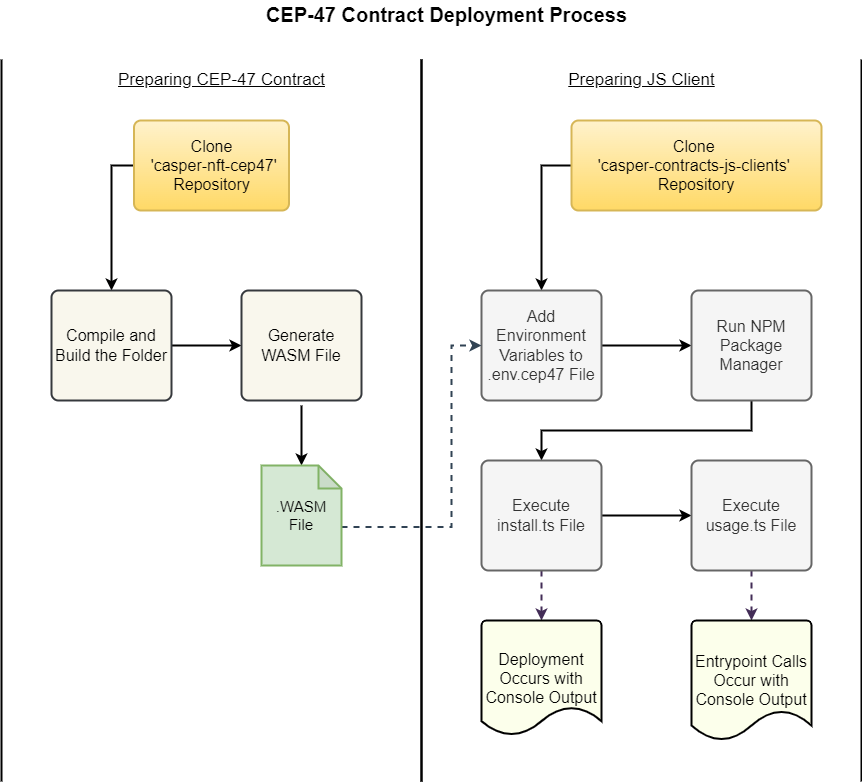
Earlier version of the draw.io export static/image/tutorials/cep-47/CEP-47-deploy-flow.png (casper-network/docs). Source tidied: cells renumbered, new cells last; positions are measured from the earlier drawing's top-left corner, leaving out a move shared by most shapes.
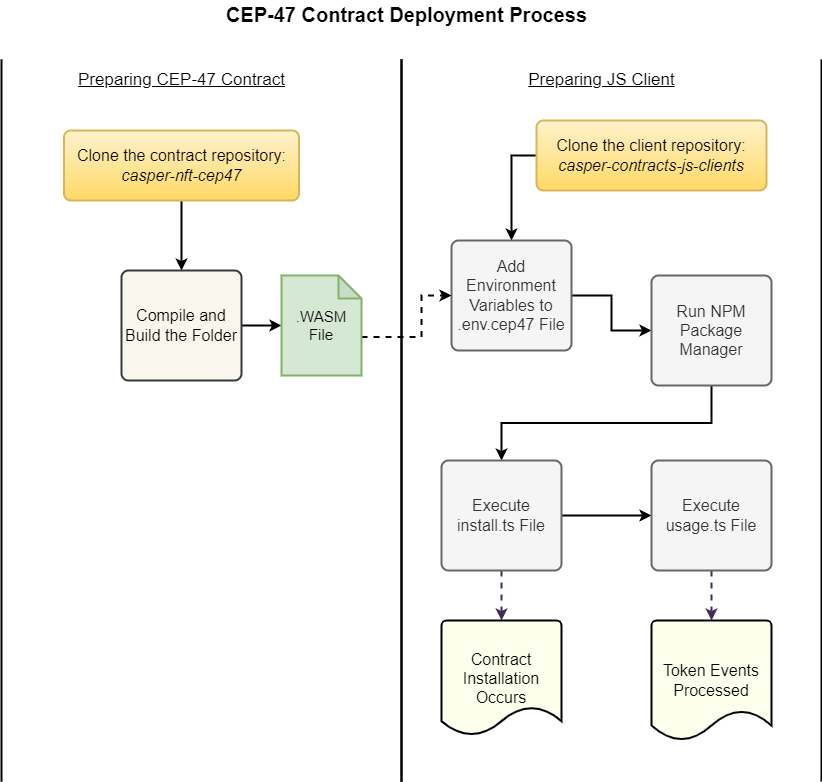
The same diagram one commit later.

What changed in the source:
```diff
@@ -2,31 +2,26 @@
   <root>
     <mxCell id="0" />
     <mxCell id="1" parent="0" />
-    <mxCell id="2" style="edgeStyle=orthogonalEdgeStyle;rounded=0;jettySize=auto;html=1;entryX=0.5;entryY=0;entryDx=0;entryDy=0;entryPerimeter=0;fontSize=20;strokeWidth=2;" parent="1" edge="1" target="23">
-      <mxGeometry relative="1" as="geometry">
-        <mxPoint x="300" y="405" as="sourcePoint" />
-      </mxGeometry>
-    </mxCell>
-    <mxCell id="3" style="edgeStyle=orthogonalEdgeStyle;rounded=0;jettySize=auto;html=1;exitX=0;exitY=0.5;exitDx=0;exitDy=0;strokeWidth=2;" parent="1" edge="1" source="4" target="7">
+    <mxCell id="3" style="edgeStyle=orthogonalEdgeStyle;rounded=0;jettySize=auto;html=1;exitX=0;exitY=0.5;exitDx=0;exitDy=0;entryX=0.5;entryY=0;entryDx=0;entryDy=0;fontSize=20;strokeWidth=2;" parent="1" edge="1" source="4" target="7">
       <mxGeometry relative="1" as="geometry" />
     </mxCell>
-    <mxCell id="4" value="Clone &lt;br&gt;'&lt;span style=&quot;text-align: left&quot;&gt;casper-contracts-js-clients' &lt;br&gt;Repository&lt;/span&gt;" style="rounded=1;whiteSpace=wrap;html=1;absoluteArcSize=1;arcSize=14;strokeWidth=2;fontFamily=Helvetica;fontSize=16;fillColor=#fff2cc;gradientColor=#ffd966;strokeColor=#d6b656;" parent="1" vertex="1">
-      <mxGeometry x="570" y="120" width="250" height="90" as="geometry" />
+    <mxCell id="4" value="Clone the client repository:&lt;br&gt;&lt;span style=&quot;text-align: left&quot;&gt;&lt;i&gt;casper-contracts-js-clients&lt;/i&gt;&lt;/span&gt;" style="rounded=1;whiteSpace=wrap;html=1;absoluteArcSize=1;arcSize=14;strokeWidth=2;fontFamily=Helvetica;fontSize=16;fillColor=#fff2cc;gradientColor=#ffd966;strokeColor=#d6b656;" parent="1" vertex="1">
+      <mxGeometry x="575" y="120" width="230" height="70" as="geometry" />
     </mxCell>
     <mxCell id="5" style="shape=partialRectangle;whiteSpace=wrap;html=1;top=0;bottom=0;fillColor=none;fontFamily=Helvetica;fontSize=16;strokeWidth=2;" parent="1" vertex="1">
-      <mxGeometry x="420" y="60" width="440" height="720" as="geometry" />
+      <mxGeometry x="440" y="60" width="420" height="720" as="geometry" />
     </mxCell>
     <mxCell id="6" style="edgeStyle=orthogonalEdgeStyle;rounded=0;jettySize=auto;html=1;exitX=1;exitY=0.5;exitDx=0;exitDy=0;entryX=0;entryY=0.5;entryDx=0;entryDy=0;fontSize=20;strokeWidth=2;" parent="1" edge="1" source="7" target="9">
       <mxGeometry relative="1" as="geometry" />
     </mxCell>
     <mxCell id="7" value="Add Environment Variables to .env.cep47 File" style="rounded=1;whiteSpace=wrap;html=1;absoluteArcSize=1;arcSize=14;strokeWidth=2;fontFamily=Helvetica;fontSize=16;fillColor=#f5f5f5;fontColor=#333333;strokeColor=#666666;" parent="1" vertex="1">
-      <mxGeometry x="480" y="290" width="120" height="110" as="geometry" />
+      <mxGeometry x="490" y="240" width="120" height="110" as="geometry" />
     </mxCell>
     <mxCell id="8" style="edgeStyle=orthogonalEdgeStyle;rounded=0;jettySize=auto;html=1;exitX=0.5;exitY=1;exitDx=0;exitDy=0;fontSize=20;strokeWidth=2;" parent="1" edge="1" source="9" target="12">
       <mxGeometry relative="1" as="geometry" />
     </mxCell>
     <mxCell id="9" value="Run NPM Package Manager" style="rounded=1;whiteSpace=wrap;html=1;absoluteArcSize=1;arcSize=14;strokeWidth=2;fontFamily=Helvetica;fontSize=16;fillColor=#f5f5f5;fontColor=#333333;strokeColor=#666666;" parent="1" vertex="1">
-      <mxGeometry x="690" y="290" width="120" height="110" as="geometry" />
+      <mxGeometry x="690" y="275" width="120" height="110" as="geometry" />
     </mxCell>
     <mxCell id="10" style="edgeStyle=orthogonalEdgeStyle;rounded=0;jettySize=auto;html=1;exitX=1;exitY=0.5;exitDx=0;exitDy=0;fontSize=20;strokeWidth=2;" parent="1" edge="1" source="12" target="15">
       <mxGeometry relative="1" as="geometry" />
@@ -37,7 +32,7 @@
     <mxCell id="12" value="Execute install.ts File" style="rounded=1;whiteSpace=wrap;html=1;absoluteArcSize=1;arcSize=14;strokeWidth=2;fontFamily=Helvetica;fontSize=16;fillColor=#f5f5f5;fontColor=#333333;strokeColor=#666666;" parent="1" vertex="1">
       <mxGeometry x="480" y="460" width="120" height="110" as="geometry" />
     </mxCell>
-    <mxCell id="13" value="Deployment Occurs with Console Output" style="strokeWidth=2;html=1;shape=mxgraph.flowchart.document2;whiteSpace=wrap;size=0.25;fontFamily=Helvetica;fontSize=16;fillColor=#FCFFEB;" parent="1" vertex="1">
+    <mxCell id="13" value="Contract Installation Occurs" style="strokeWidth=2;html=1;shape=mxgraph.flowchart.document2;whiteSpace=wrap;size=0.25;fontFamily=Helvetica;fontSize=16;fillColor=#FCFFEB;" parent="1" vertex="1">
       <mxGeometry x="480" y="620" width="120" height="115" as="geometry" />
     </mxCell>
     <mxCell id="14" style="edgeStyle=orthogonalEdgeStyle;rounded=0;jettySize=auto;html=1;exitX=0.5;exitY=1;exitDx=0;exitDy=0;fontSize=20;strokeWidth=2;dashed=1;fillColor=#76608a;strokeColor=#432D57;" parent="1" edge="1" source="15" target="16">
@@ -46,36 +41,34 @@
     <mxCell id="15" value="Execute usage.ts File" style="rounded=1;whiteSpace=wrap;html=1;absoluteArcSize=1;arcSize=14;strokeWidth=2;fontFamily=Helvetica;fontSize=16;fillColor=#f5f5f5;fontColor=#333333;strokeColor=#666666;" parent="1" vertex="1">
       <mxGeometry x="690" y="460" width="120" height="110" as="geometry" />
     </mxCell>
-    <mxCell id="16" value="Entrypoint Calls Occur with Console Output" style="strokeWidth=2;html=1;shape=mxgraph.flowchart.document2;whiteSpace=wrap;size=0.25;fontFamily=Helvetica;fontSize=16;fillColor=#FCFFEB;" parent="1" vertex="1">
+    <mxCell id="16" value="Token Events Processed" style="strokeWidth=2;html=1;shape=mxgraph.flowchart.document2;whiteSpace=wrap;size=0.25;fontFamily=Helvetica;fontSize=16;fillColor=#FCFFEB;" parent="1" vertex="1">
       <mxGeometry x="690" y="620" width="120" height="120" as="geometry" />
     </mxCell>
     <mxCell id="17" style="shape=partialRectangle;whiteSpace=wrap;html=1;top=0;bottom=0;fillColor=none;fontFamily=Helvetica;fontSize=16;strokeWidth=2;" parent="1" vertex="1">
-      <mxGeometry y="60" width="420" height="720" as="geometry" />
+      <mxGeometry x="40" y="60" width="400" height="720" as="geometry" />
     </mxCell>
-    <mxCell id="18" style="edgeStyle=orthogonalEdgeStyle;rounded=0;jettySize=auto;html=1;exitX=0;exitY=0.5;exitDx=0;exitDy=0;strokeWidth=2;" parent="1" edge="1" source="19" target="21">
+    <mxCell id="18" style="edgeStyle=orthogonalEdgeStyle;rounded=0;jettySize=auto;html=1;exitX=0.5;exitY=1;exitDx=0;exitDy=0;entryX=0.5;entryY=0;entryDx=0;entryDy=0;strokeWidth=2;" parent="1" edge="1" source="19" target="21">
       <mxGeometry relative="1" as="geometry" />
     </mxCell>
-    <mxCell id="19" value="Clone&lt;br&gt;&amp;nbsp;'&lt;span style=&quot;text-align: left&quot;&gt;casper-nft-cep47' Repository&lt;/span&gt;" style="rounded=1;whiteSpace=wrap;html=1;absoluteArcSize=1;arcSize=14;strokeWidth=2;fontFamily=Helvetica;fontSize=16;fillColor=#fff2cc;gradientColor=#ffd966;strokeColor=#d6b656;" parent="1" vertex="1">
-      <mxGeometry x="132.5" y="120" width="155" height="90" as="geometry" />
+    <mxCell id="19" value="Clone the contract repository:&lt;br&gt;&lt;span style=&quot;text-align: left&quot;&gt;&lt;i&gt;casper-nft-cep47&lt;/i&gt;&lt;br&gt;&lt;/span&gt;" style="rounded=1;whiteSpace=wrap;html=1;absoluteArcSize=1;arcSize=14;strokeWidth=2;fontFamily=Helvetica;fontSize=16;fillColor=#fff2cc;gradientColor=#ffd966;strokeColor=#d6b656;" parent="1" vertex="1">
+      <mxGeometry x="102.5" y="130" width="235" height="70" as="geometry" />
     </mxCell>
-    <mxCell id="20" style="edgeStyle=orthogonalEdgeStyle;rounded=0;jettySize=auto;html=1;exitX=1;exitY=0.5;exitDx=0;exitDy=0;entryX=0;entryY=0.5;entryDx=0;entryDy=0;entryPerimeter=0;fontSize=20;strokeWidth=2;" parent="1" edge="1" source="21">
-      <mxGeometry relative="1" as="geometry">
-        <mxPoint x="240" y="345" as="targetPoint" />
-      </mxGeometry>
-    </mxCell>
+    <mxCell id="28" style="edgeStyle=orthogonalEdgeStyle;rounded=0;jettySize=auto;html=1;exitX=1;exitY=0.5;exitDx=0;exitDy=0;entryX=0;entryY=0.5;entryDx=0;entryDy=0;entryPerimeter=0;strokeWidth=2;" parent="1" edge="1" source="21" target="23">
+      <mxGeometry relative="1" as="geometry" />
+    </mxCell>
     <mxCell id="21" value="Compile and Build the Folder" style="rounded=1;whiteSpace=wrap;html=1;absoluteArcSize=1;arcSize=14;strokeWidth=2;fontFamily=Helvetica;fontSize=16;fillColor=#f9f7ed;strokeColor=#36393d;" parent="1" vertex="1">
-      <mxGeometry x="50" y="290" width="120" height="110" as="geometry" />
+      <mxGeometry x="160" y="270" width="120" height="110" as="geometry" />
     </mxCell>
-    <mxCell id="22" style="edgeStyle=orthogonalEdgeStyle;rounded=0;jettySize=auto;html=1;exitX=0;exitY=0;exitDx=80;exitDy=61.5;exitPerimeter=0;entryX=0;entryY=0.5;entryDx=0;entryDy=0;fontSize=20;strokeWidth=2;dashed=1;fillColor=#647687;strokeColor=#314354;" parent="1" edge="1" source="23" target="7">
+    <mxCell id="22" style="edgeStyle=orthogonalEdgeStyle;rounded=0;jettySize=auto;html=1;exitX=0;exitY=0;exitDx=80;exitDy=61.5;exitPerimeter=0;strokeWidth=2;dashed=1;" parent="1" edge="1" source="23" target="7">
       <mxGeometry relative="1" as="geometry">
         <Array as="points">
-          <mxPoint x="450" y="527" />
-          <mxPoint x="450" y="345" />
+          <mxPoint x="460" y="337" />
+          <mxPoint x="460" y="295" />
         </Array>
       </mxGeometry>
     </mxCell>
     <mxCell id="23" value="&lt;font style=&quot;font-size: 15px&quot;&gt;.WASM File&lt;/font&gt;" style="shape=note;whiteSpace=wrap;html=1;backgroundOutline=1;darkOpacity=0.05;size=23;strokeWidth=2;fillColor=#d5e8d4;strokeColor=#82b366;" parent="1" vertex="1">
-      <mxGeometry x="260" y="465" width="80" height="100" as="geometry" />
+      <mxGeometry x="320" y="275" width="80" height="100" as="geometry" />
     </mxCell>
     <mxCell id="24" value="&lt;font style=&quot;font-size: 17px&quot;&gt;&lt;span style=&quot;font-weight: normal&quot;&gt;&lt;u&gt;Preparing CEP-47 Contract&lt;/u&gt;&lt;/span&gt;&lt;/font&gt;" style="text;html=1;align=center;verticalAlign=middle;strokeColor=none;fillColor=none;fontStyle=1;labelBackgroundColor=#FFFFFF;" parent="1" vertex="1">
       <mxGeometry x="110" y="70" width="220" height="20" as="geometry" />
@@ -86,8 +79,5 @@
     <mxCell id="26" value="&lt;b&gt;&lt;font style=&quot;font-size: 20px&quot;&gt;CEP-47 Contract Deployment Process&lt;/font&gt;&lt;/b&gt;" style="text;html=1;align=center;verticalAlign=middle;strokeColor=none;fillColor=none;fontSize=17;" parent="1" vertex="1">
       <mxGeometry x="255" width="380" height="30" as="geometry" />
     </mxCell>
-    <mxCell id="27" value="&lt;span&gt;Generate WASM File&lt;/span&gt;" style="rounded=1;whiteSpace=wrap;html=1;absoluteArcSize=1;arcSize=14;strokeWidth=2;fontFamily=Helvetica;fontSize=16;fillColor=#f9f7ed;strokeColor=#36393d;" parent="1" vertex="1">
-      <mxGeometry x="240" y="290" width="120" height="110" as="geometry" />
-    </mxCell>
   </root>
 </mxGraphModel>
```
